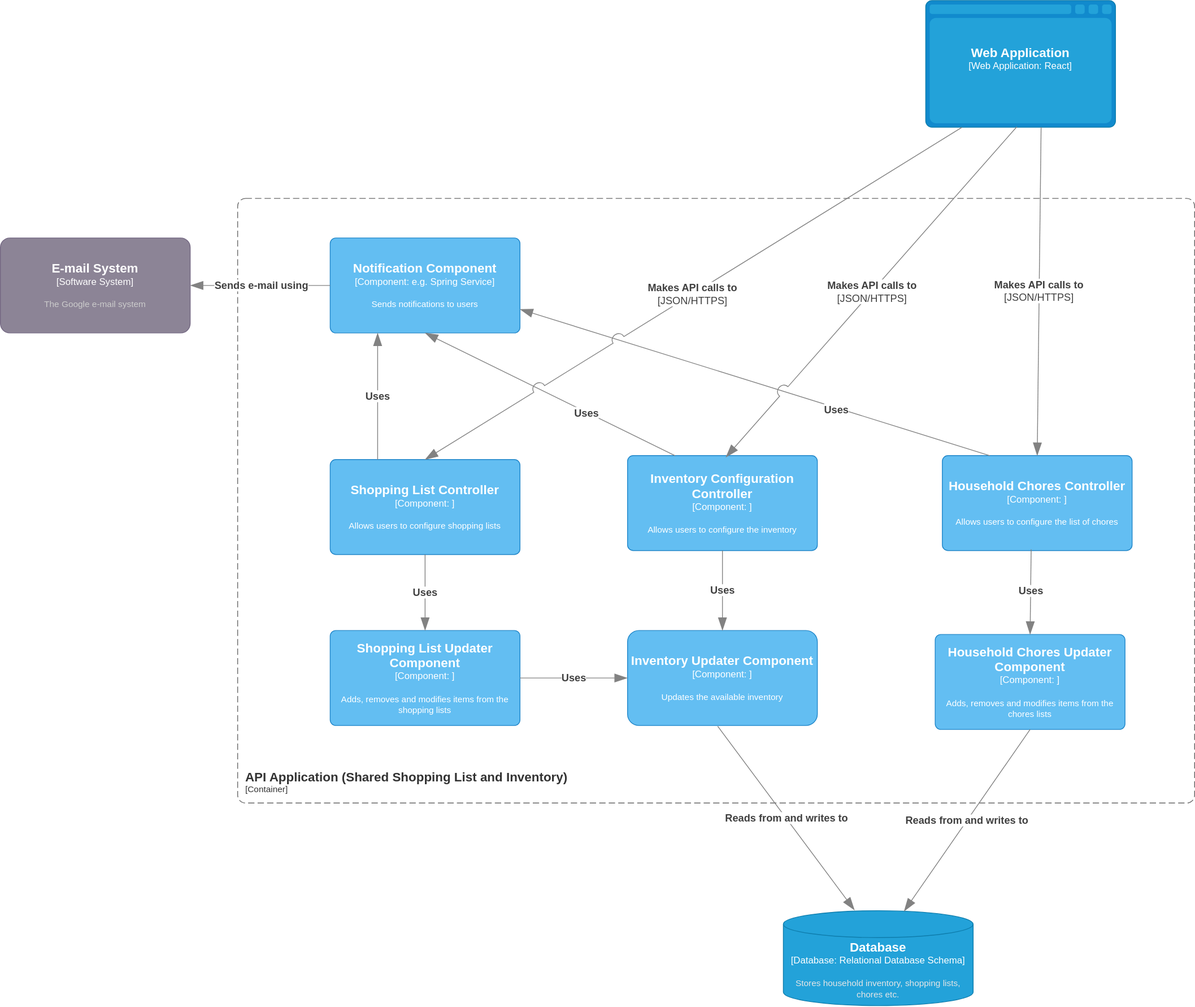
This is Docs/Diagrams/Level 3/Shared_Shopping_List_and_Inventory.svg from LauraC360/SHMS_ProiectIP, a draw.io export, as it was before one commit. Source tidied: cells renumbered, new cells last; positions are measured from the earlier drawing's top-left corner, leaving out a move shared by most shapes.
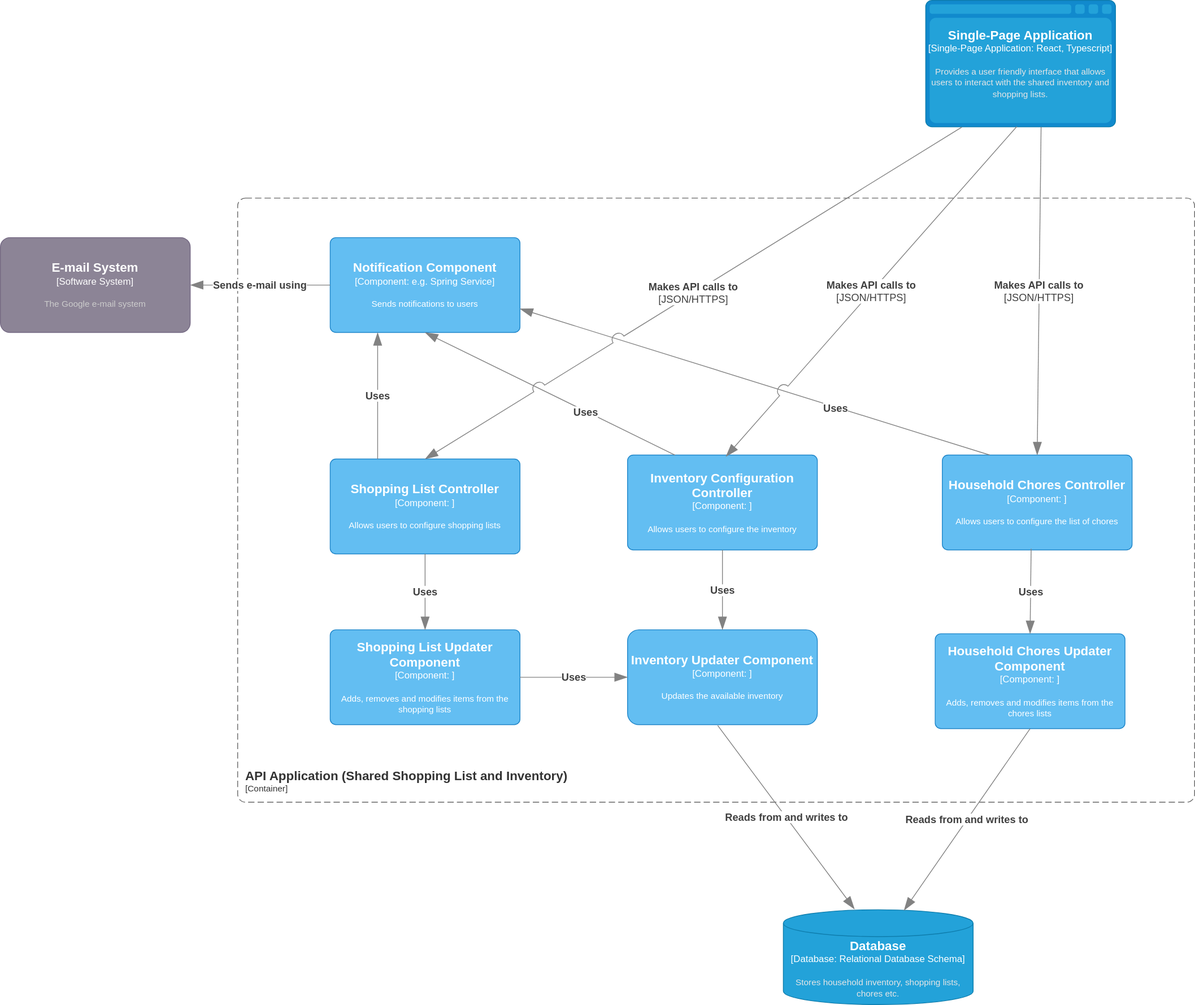
After the change.

Diff of the diagram source:
```diff
@@ -2,7 +2,7 @@
   <root>
     <mxCell id="0" />
     <mxCell id="1" parent="0" />
-    <object id="2" label="&lt;font style=&quot;font-size: 16px&quot;&gt;&lt;b&gt;%c4Type%&lt;/b&gt;&lt;/font&gt;&lt;div&gt;[%c4Type%:&amp;nbsp;%c4Technology%]&lt;/div&gt;&lt;br&gt;&lt;div&gt;&lt;font style=&quot;font-size: 11px&quot;&gt;&lt;font color=&quot;#E6E6E6&quot;&gt;%c4Description%&lt;/font&gt;&lt;/div&gt;" c4Description="" c4Name="" c4Technology="React" c4Type="Web Application" placeholders="1">
+    <object id="2" label="&lt;font style=&quot;font-size: 16px&quot;&gt;&lt;b&gt;%c4Type%&lt;/b&gt;&lt;/font&gt;&lt;div&gt;[%c4Type%:&amp;nbsp;%c4Technology%]&lt;/div&gt;&lt;br&gt;&lt;div&gt;&lt;font style=&quot;font-size: 11px&quot;&gt;&lt;font color=&quot;#E6E6E6&quot;&gt;%c4Description%&lt;/font&gt;&lt;/div&gt;" c4Description="Provides a user friendly interface that allows users to interact with the shared inventory and shopping lists." c4Name="" c4Technology="React, Typescript" c4Type="Single-Page Application" placeholders="1">
       <mxCell style="shape=mxgraph.c4.webBrowserContainer2;whiteSpace=wrap;html=1;boundedLbl=1;rounded=0;labelBackgroundColor=none;strokeColor=#118ACD;fillColor=#23A2D9;strokeColor=#118ACD;strokeColor2=#0E7DAD;fontSize=12;fontColor=#ffffff;align=center;points=[[0.5,0,0],[1,0.25,0],[1,0.5,0],[1,0.75,0],[0.5,1,0],[0,0.75,0],[0,0.5,0],[0,0.25,0]];" parent="1" vertex="1">
         <mxGeometry x="1170" width="240" height="160" as="geometry" />
       </mxCell>
```
